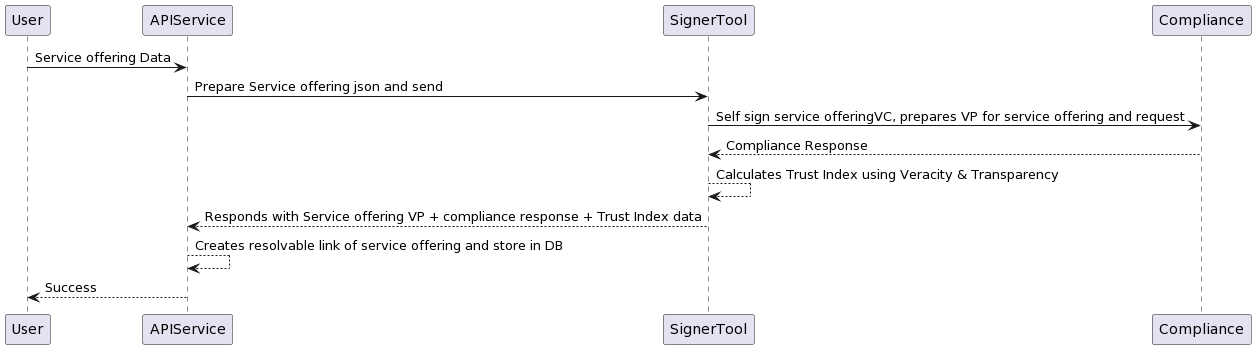
smartSenseSolutions/gaia-x-signer-tool keeps this PlantUML diagram as docs/create-service-offering.png. Above is the earlier version.
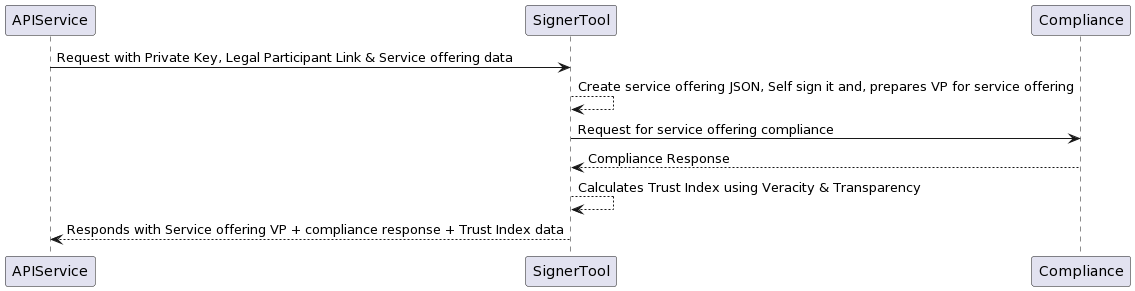
The same diagram one commit later.

Commit message:
fix: sequence daiagram updated

The edit, as a diff of the source:
```diff
@@ -1,11 +1,9 @@
 @startuml
-User -> APIService: Service offering Data
-APIService -> SignerTool: Prepare Service offering json and send
-SignerTool -> Compliance: Self sign service offeringVC, prepares VP for service offering and request
+APIService -> SignerTool: Request with Private Key, Legal Participant Link & Service offering data
+SignerTool --> SignerTool: Create service offering JSON, Self sign it and, prepares VP for service offering
+SignerTool -> Compliance: Request for service offering compliance
 
 Compliance --> SignerTool: Compliance Response
 SignerTool --> SignerTool: Calculates Trust Index using Veracity & Transparency
 SignerTool --> APIService: Responds with Service offering VP + compliance response + Trust Index data
-APIService --> APIService: Creates resolvable link of service offering and store in DB
-APIService --> User: Success
 @enduml
```
